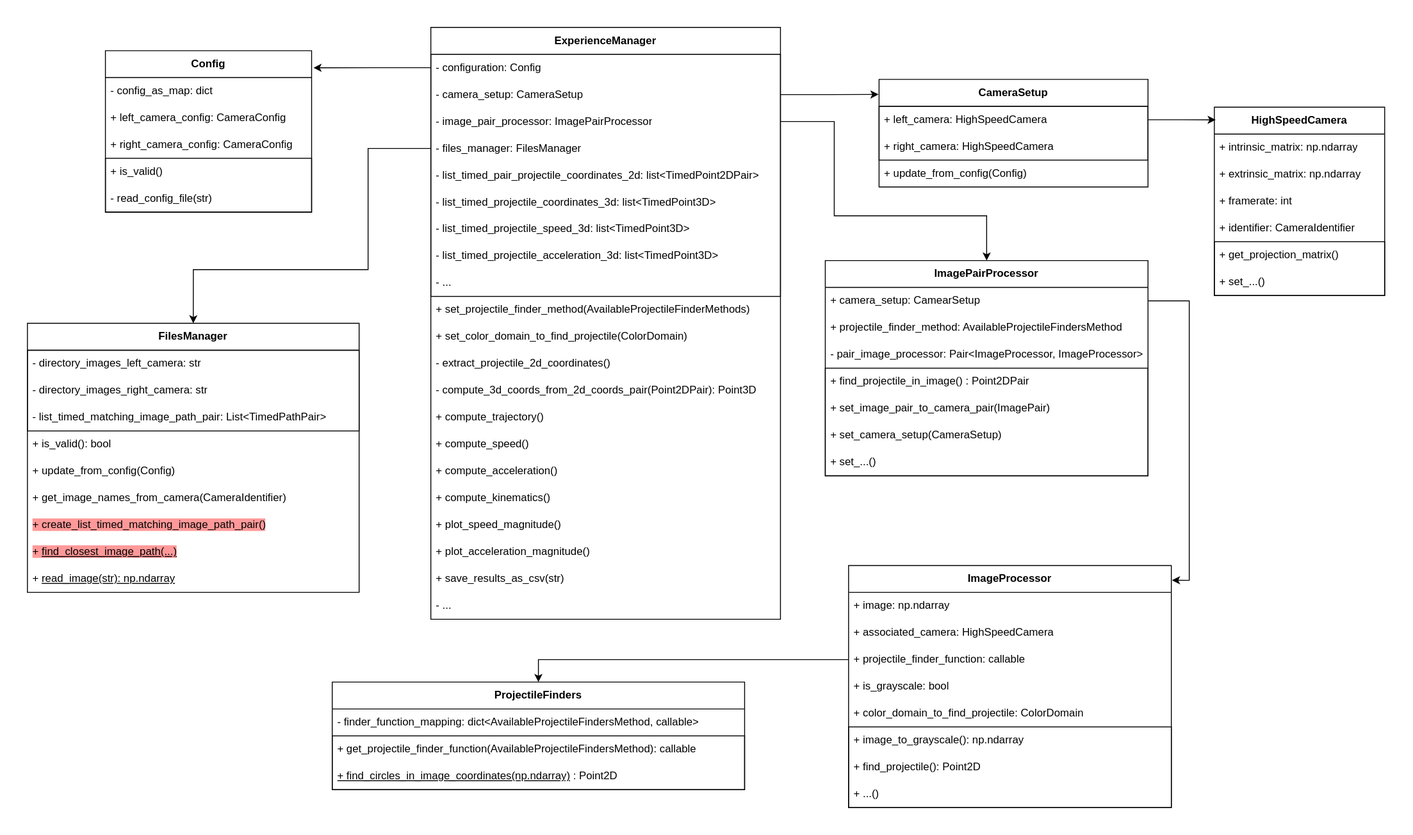
Earlier version of the draw.io export documentation/images/class_diagram.svg (blouxongit/crossbow_project). Source tidied: cells renumbered, new cells last; positions are measured from the earlier drawing's top-left corner, leaving out a move shared by most shapes.
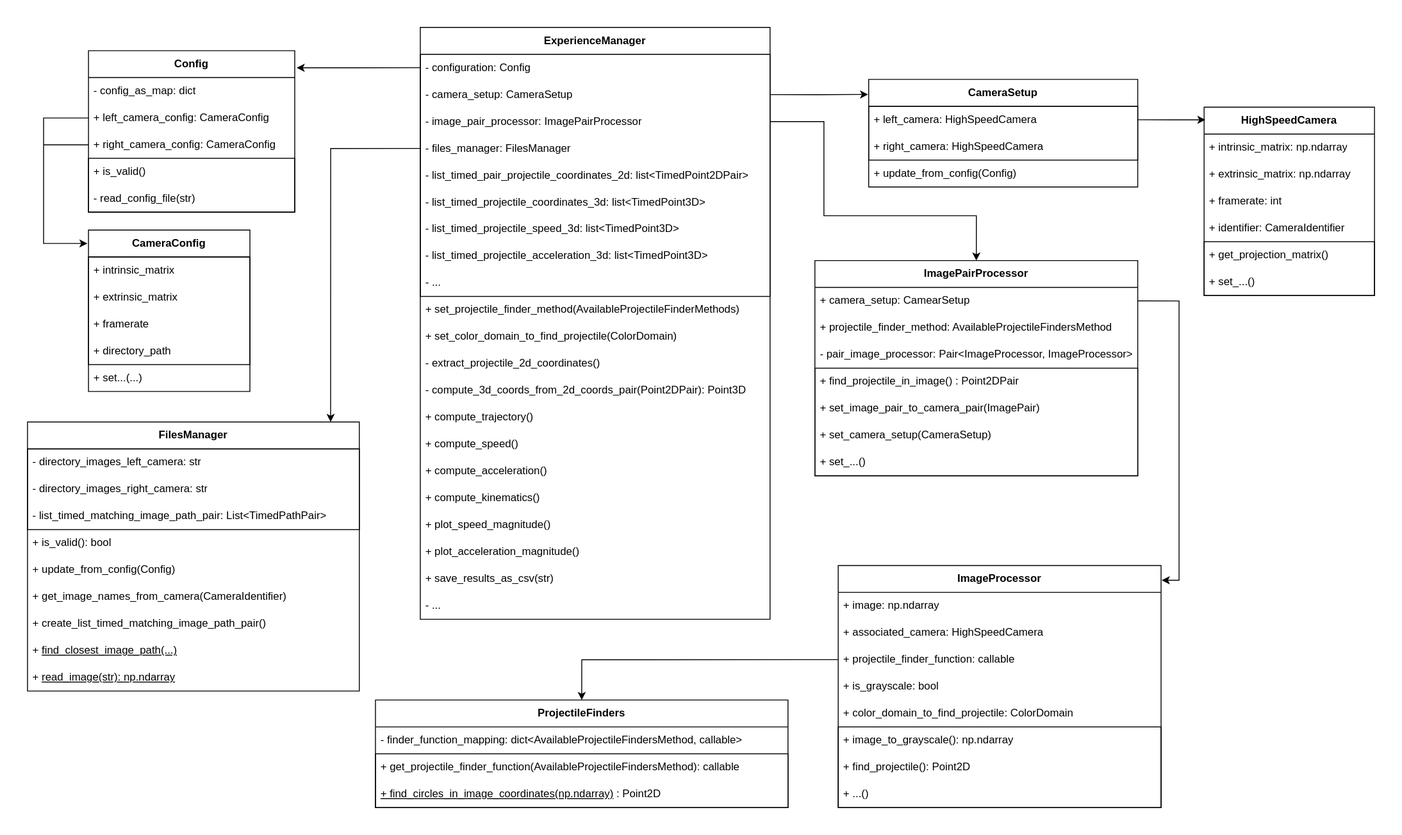
Later version of the same file.

Change to the diagram source:
```diff
@@ -3,7 +3,7 @@
     <mxCell id="0" />
     <mxCell id="1" parent="0" />
     <mxCell id="2" value="&lt;b&gt;Config&lt;/b&gt;" style="swimlane;fontStyle=0;horizontal=1;startSize=30;whiteSpace=wrap;html=1;" parent="1" vertex="1">
-      <mxGeometry x="87" y="26" width="230" height="180" as="geometry" />
+      <mxGeometry x="80" y="26" width="230" height="180" as="geometry" />
     </mxCell>
     <mxCell id="3" value="- config_as_map: dict" style="text;strokeColor=none;fillColor=none;align=left;verticalAlign=middle;spacingLeft=4;spacingRight=4;overflow=hidden;whiteSpace=wrap;html=1;" parent="2" vertex="1">
       <mxGeometry y="30" width="230" height="30" as="geometry" />
@@ -123,7 +123,7 @@
       <mxGeometry y="60" width="360" height="30" as="geometry" />
     </mxCell>
     <mxCell id="42" value="&lt;b&gt;FilesManager&lt;/b&gt;" style="swimlane;fontStyle=0;horizontal=1;startSize=30;whiteSpace=wrap;html=1;" parent="1" vertex="1">
-      <mxGeometry y="330" width="370" height="300" as="geometry" />
+      <mxGeometry x="12" y="440" width="370" height="300" as="geometry" />
     </mxCell>
     <mxCell id="43" style="group;strokeColor=default;" parent="42" vertex="1">
       <mxGeometry y="30" width="370" height="90" as="geometry" />
@@ -146,17 +146,17 @@
     <mxCell id="49" value="+ get_image_names_from_camera(CameraIdentifier)" style="text;strokeColor=none;fillColor=none;align=left;verticalAlign=middle;spacingLeft=4;spacingRight=4;overflow=hidden;whiteSpace=wrap;html=1;" parent="42" vertex="1">
       <mxGeometry y="180" width="370" height="30" as="geometry" />
     </mxCell>
-    <mxCell id="50" value="&lt;span style=&quot;background-color: rgb(255, 153, 153);&quot;&gt;+ create_list_timed_matching_image_path_pair()&lt;/span&gt;" style="text;strokeColor=none;fillColor=none;align=left;verticalAlign=middle;spacingLeft=4;spacingRight=4;overflow=hidden;whiteSpace=wrap;html=1;" parent="42" vertex="1">
+    <mxCell id="50" value="&lt;span&gt;+ create_list_timed_matching_image_path_pair()&lt;/span&gt;" style="text;strokeColor=none;fillColor=none;align=left;verticalAlign=middle;spacingLeft=4;spacingRight=4;overflow=hidden;whiteSpace=wrap;html=1;" parent="42" vertex="1">
       <mxGeometry y="210" width="370" height="30" as="geometry" />
     </mxCell>
-    <mxCell id="51" value="&lt;span style=&quot;background-color: rgb(255, 153, 153);&quot;&gt;+ &lt;u style=&quot;&quot;&gt;find_closest_image_path(...)&lt;/u&gt;&lt;/span&gt;" style="text;strokeColor=none;fillColor=none;align=left;verticalAlign=middle;spacingLeft=4;spacingRight=4;overflow=hidden;whiteSpace=wrap;html=1;" parent="42" vertex="1">
+    <mxCell id="51" value="&lt;span&gt;+ &lt;u style=&quot;&quot;&gt;find_closest_image_path(...)&lt;/u&gt;&lt;/span&gt;" style="text;strokeColor=none;fillColor=none;align=left;verticalAlign=middle;spacingLeft=4;spacingRight=4;overflow=hidden;whiteSpace=wrap;html=1;" parent="42" vertex="1">
       <mxGeometry y="240" width="370" height="30" as="geometry" />
     </mxCell>
     <mxCell id="52" value="+ &lt;u&gt;read_image(str): np.ndarray&lt;/u&gt;" style="text;strokeColor=none;fillColor=none;align=left;verticalAlign=middle;spacingLeft=4;spacingRight=4;overflow=hidden;whiteSpace=wrap;html=1;" parent="42" vertex="1">
       <mxGeometry y="270" width="370" height="30" as="geometry" />
     </mxCell>
     <mxCell id="53" value="&lt;b&gt;ProjectileFinders&lt;/b&gt;" style="swimlane;fontStyle=0;horizontal=1;startSize=30;whiteSpace=wrap;html=1;" parent="1" vertex="1">
-      <mxGeometry x="340" y="730" width="460" height="120" as="geometry" />
+      <mxGeometry x="400" y="750" width="460" height="120" as="geometry" />
     </mxCell>
     <mxCell id="54" value="- finder_function_mapping: dict&amp;lt;AvailableProjectileFindersMethod, callable&amp;gt;" style="text;strokeColor=none;fillColor=none;align=left;verticalAlign=middle;spacingLeft=4;spacingRight=4;overflow=hidden;whiteSpace=wrap;html=1;" parent="53" vertex="1">
       <mxGeometry y="30" width="460" height="30" as="geometry" />
@@ -242,15 +242,6 @@
     <mxCell id="81" style="edgeStyle=orthogonalEdgeStyle;rounded=0;jettySize=auto;html=1;exitX=0;exitY=0.5;exitDx=0;exitDy=0;entryX=1.009;entryY=0.106;entryDx=0;entryDy=0;entryPerimeter=0;" parent="1" edge="1" source="60" target="2">
       <mxGeometry relative="1" as="geometry" />
     </mxCell>
-    <mxCell id="82" style="edgeStyle=orthogonalEdgeStyle;rounded=0;jettySize=auto;html=1;entryX=0.5;entryY=0;entryDx=0;entryDy=0;" parent="1" edge="1" source="63" target="42">
-      <mxGeometry relative="1" as="geometry">
-        <Array as="points">
-          <mxPoint x="380" y="135" />
-          <mxPoint x="380" y="270" />
-          <mxPoint x="185" y="270" />
-        </Array>
-      </mxGeometry>
-    </mxCell>
     <mxCell id="83" style="edgeStyle=orthogonalEdgeStyle;rounded=0;jettySize=auto;html=1;entryX=0.5;entryY=0;entryDx=0;entryDy=0;" parent="1" edge="1" source="62" target="23">
       <mxGeometry relative="1" as="geometry">
         <Array as="points">
@@ -272,5 +263,47 @@
     <mxCell id="87" style="edgeStyle=orthogonalEdgeStyle;rounded=0;jettySize=auto;html=1;exitX=1;exitY=0.5;exitDx=0;exitDy=0;entryX=1.002;entryY=0.061;entryDx=0;entryDy=0;entryPerimeter=0;" parent="1" edge="1" source="24" target="32">
       <mxGeometry relative="1" as="geometry" />
     </mxCell>
+    <mxCell id="88" value="&lt;b&gt;CameraConfig&lt;/b&gt;" style="swimlane;fontStyle=0;horizontal=1;startSize=30;whiteSpace=wrap;html=1;" parent="1" vertex="1">
+      <mxGeometry x="80" y="226" width="180" height="180" as="geometry" />
+    </mxCell>
+    <mxCell id="89" style="group;strokeColor=default;" parent="88" vertex="1">
+      <mxGeometry y="30" width="180" height="120" as="geometry" />
+    </mxCell>
+    <mxCell id="90" value="+ intrinsic_matrix" style="text;strokeColor=none;fillColor=none;align=left;verticalAlign=middle;spacingLeft=4;spacingRight=4;overflow=hidden;whiteSpace=wrap;html=1;" parent="89" vertex="1">
+      <mxGeometry width="240" height="30" as="geometry" />
+    </mxCell>
+    <mxCell id="91" value="+ extrinsic_matrix" style="text;strokeColor=none;fillColor=none;align=left;verticalAlign=middle;spacingLeft=4;spacingRight=4;overflow=hidden;whiteSpace=wrap;html=1;" parent="89" vertex="1">
+      <mxGeometry y="30" width="240" height="30" as="geometry" />
+    </mxCell>
+    <mxCell id="92" value="+ framerate" style="text;strokeColor=none;fillColor=none;align=left;verticalAlign=middle;spacingLeft=4;spacingRight=4;overflow=hidden;whiteSpace=wrap;html=1;" parent="89" vertex="1">
+      <mxGeometry y="60" width="240" height="30" as="geometry" />
+    </mxCell>
+    <mxCell id="93" value="+ directory_path" style="text;strokeColor=none;fillColor=none;align=left;verticalAlign=middle;spacingLeft=4;spacingRight=4;overflow=hidden;whiteSpace=wrap;html=1;" parent="89" vertex="1">
+      <mxGeometry y="90" width="240" height="30" as="geometry" />
+    </mxCell>
+    <mxCell id="94" value="+ set...(...)" style="text;strokeColor=none;fillColor=none;align=left;verticalAlign=middle;spacingLeft=4;spacingRight=4;overflow=hidden;whiteSpace=wrap;html=1;" parent="88" vertex="1">
+      <mxGeometry y="150" width="180" height="30" as="geometry" />
+    </mxCell>
+    <mxCell id="95" style="edgeStyle=orthogonalEdgeStyle;rounded=0;jettySize=auto;html=1;entryX=-0.006;entryY=0.083;entryDx=0;entryDy=0;entryPerimeter=0;" parent="1" edge="1" source="4" target="88">
+      <mxGeometry relative="1" as="geometry">
+        <Array as="points">
+          <mxPoint x="30" y="101" />
+          <mxPoint x="30" y="241" />
+        </Array>
+      </mxGeometry>
+    </mxCell>
+    <mxCell id="96" style="endArrow=none;html=1;rounded=0;entryX=0;entryY=0.5;entryDx=0;entryDy=0;" parent="1" edge="1" target="5">
+      <mxGeometry relative="1" as="geometry">
+        <mxPoint x="30" y="131" as="sourcePoint" />
+      </mxGeometry>
+    </mxCell>
+    <mxCell id="97" style="edgeStyle=orthogonalEdgeStyle;rounded=0;jettySize=auto;html=1;exitX=0;exitY=0.5;exitDx=0;exitDy=0;" parent="1" edge="1" source="63">
+      <mxGeometry relative="1" as="geometry">
+        <mxPoint x="350" y="440" as="targetPoint" />
+        <Array as="points">
+          <mxPoint x="350" y="135" />
+        </Array>
+      </mxGeometry>
+    </mxCell>
   </root>
 </mxGraphModel>
```
